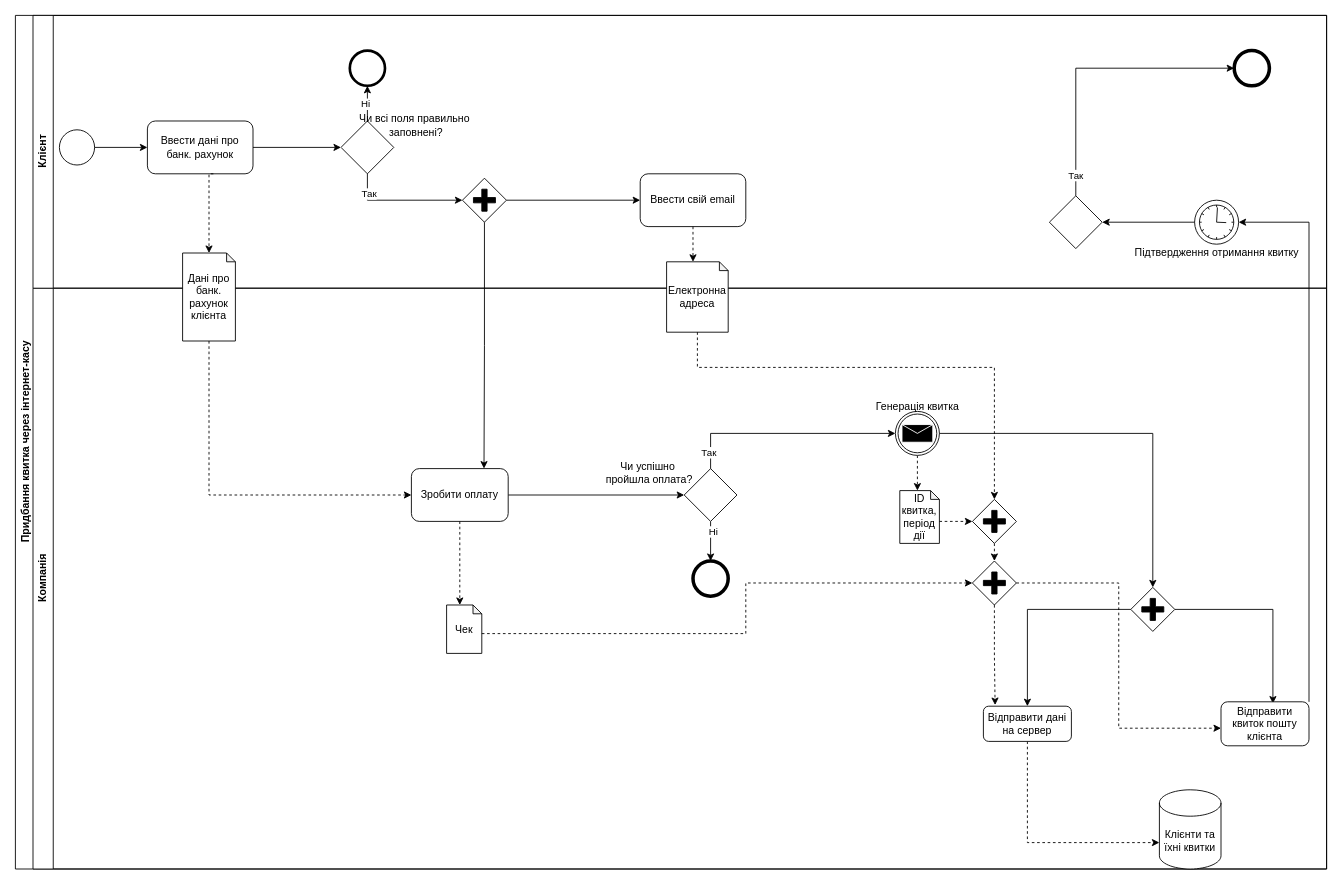
Above: bnpm.drawio in n3wb1e05/qa-qc-labs (draw.io), before the change. Source tidied: cells renumbered, new cells numbered last; positions are measured from the earlier drawing's top-left corner, leaving out a move shared by most shapes. Both pictures are drawn from the tidied source at 88%, with x=0, y=0 at pixel (15, 15).
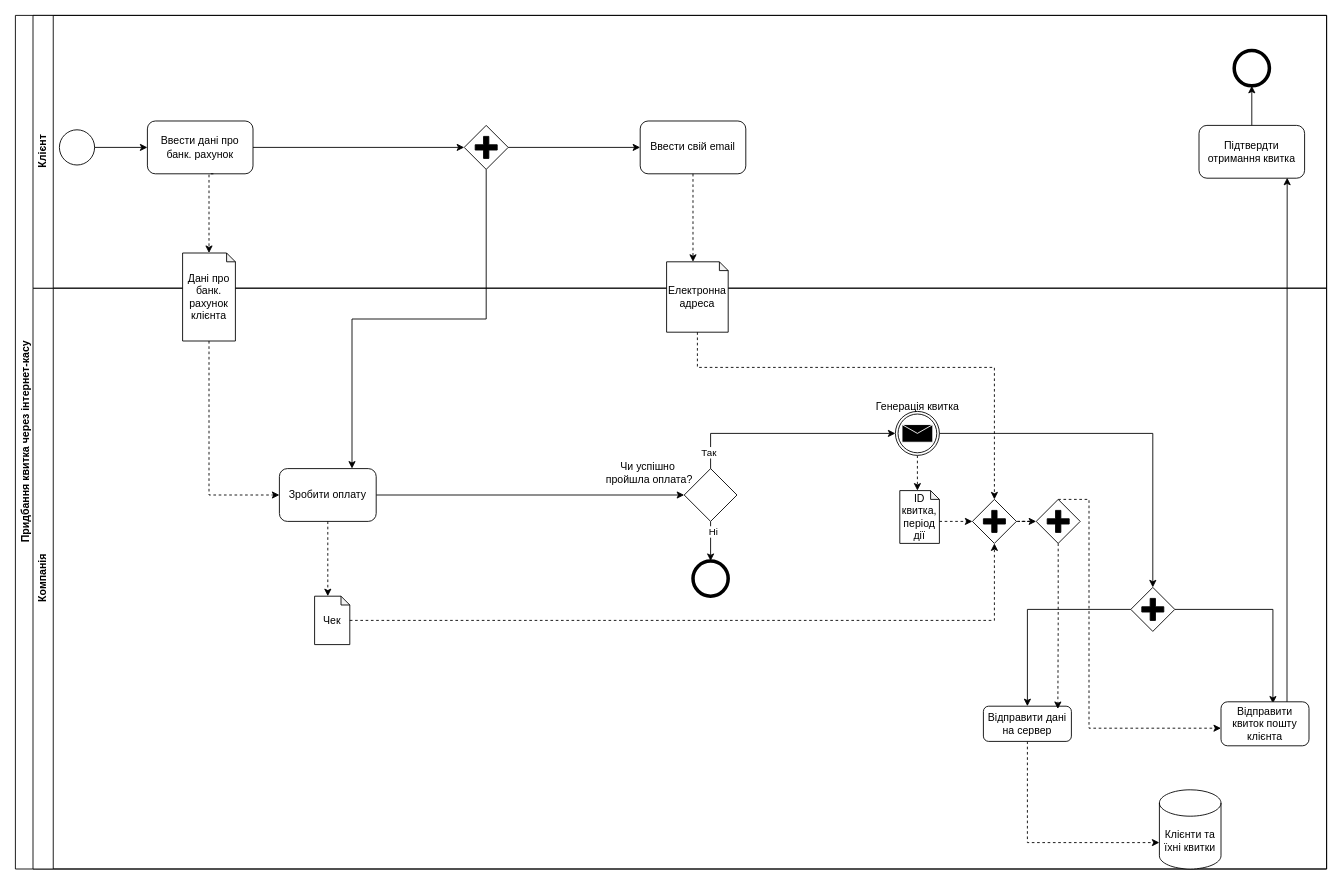
The same page after the edit.

Unchanged cells that the change refers to:
```xml
<mxCell id="2" value="Придбання квитка через інтернет-касу" style="swimlane;horizontal=0;whiteSpace=wrap;html=1;" parent="1" vertex="1">
  <mxGeometry width="1490" height="970" as="geometry" />
</mxCell>
<mxCell id="3" value="Компанія" style="swimlane;horizontal=0;whiteSpace=wrap;html=1;" parent="2" vertex="1">
  <mxGeometry x="20" y="310" width="1470" height="660" as="geometry" />
</mxCell>
<mxCell id="25" value="Відправити дані на сервер" style="rounded=1;whiteSpace=wrap;html=1;" parent="3" vertex="1">
  <mxGeometry x="1080" y="475" width="100" height="40" as="geometry" />
</mxCell>
<mxCell id="26" value="Відправити квиток пошту клієнта" style="rounded=1;whiteSpace=wrap;html=1;" parent="3" vertex="1">
  <mxGeometry x="1350" y="470" width="100" height="50" as="geometry" />
</mxCell>
<mxCell id="30" style="points=[[0.25,0.25,0],[0.5,0,0],[0.75,0.25,0],[1,0.5,0],[0.75,0.75,0],[0.5,1,0],[0.25,0.75,0],[0,0.5,0]];shape=mxgraph.bpmn.gateway2;html=1;verticalLabelPosition=bottom;labelBackgroundColor=#ffffff;verticalAlign=top;align=center;perimeter=rhombusPerimeter;outlineConnect=0;outline=none;symbol=none;gwType=parallel;" parent="3" vertex="1">
  <mxGeometry x="1067.5" y="240" width="50" height="50" as="geometry" />
</mxCell>
<mxCell id="37" value="Клієнт" style="swimlane;horizontal=0;whiteSpace=wrap;html=1;startSize=23;" parent="2" vertex="1">
  <mxGeometry x="20" width="1470" height="310" as="geometry" />
</mxCell>
<mxCell id="39" value="Ввести дані про банк. рахунок" style="rounded=1;whiteSpace=wrap;html=1;" parent="37" vertex="1">
  <mxGeometry x="130" y="120" width="120" height="60" as="geometry" />
</mxCell>
<mxCell id="47" style="ellipse;whiteSpace=wrap;html=1;strokeWidth=4;" parent="37" vertex="1">
  <mxGeometry x="1365" y="40" width="40" height="40" as="geometry" />
</mxCell>
```

The edit, as a diff of the source:
```diff
@@
     <mxCell id="6" value="Зробити оплату" style="rounded=1;whiteSpace=wrap;html=1;" parent="3" vertex="1">
-      <mxGeometry x="430" y="205" width="110" height="60" as="geometry" />
+      <mxGeometry x="280" y="205" width="110" height="60" as="geometry" />
     </mxCell>
@@
-    <mxCell id="27" style="points=[[0.25,0.25,0],[0.5,0,0],[0.75,0.25,0],[1,0.5,0],[0.75,0.75,0],[0.5,1,0],[0.25,0.75,0],[0,0.5,0]];shape=mxgraph.bpmn.gateway2;html=1;verticalLabelPosition=bottom;labelBackgroundColor=#ffffff;verticalAlign=top;align=center;perimeter=rhombusPerimeter;outlineConnect=0;outline=none;symbol=none;gwType=parallel;" parent="3" vertex="1">
-      <mxGeometry x="1067.5" y="310" width="50" height="50" as="geometry" />
-    </mxCell>
-    <mxCell id="28" style="edgeStyle=orthogonalEdgeStyle;rounded=0;jettySize=auto;html=1;entryX=0;entryY=0.6;entryDx=0;entryDy=0;entryPerimeter=0;dashed=1;" parent="3" edge="1" source="27" target="26">
-      <mxGeometry relative="1" as="geometry" />
+    <mxCell id="28" style="edgeStyle=orthogonalEdgeStyle;rounded=0;jettySize=auto;html=1;entryX=0;entryY=0.6;entryDx=0;entryDy=0;entryPerimeter=0;dashed=1;exitX=0.5;exitY=0;exitDx=0;exitDy=0;exitPerimeter=0;" parent="3" edge="1" source="68" target="26">
+      <mxGeometry relative="1" as="geometry">
+        <Array as="points">
+          <mxPoint x="1200" y="240" />
+          <mxPoint x="1200" y="500" />
+        </Array>
+      </mxGeometry>
     </mxCell>
@@
+    <mxCell id="66" style="edgeStyle=orthogonalEdgeStyle;rounded=0;jettySize=auto;html=1;exitX=1;exitY=0.5;exitDx=0;exitDy=0;exitPerimeter=0;dashed=1;" parent="3" edge="1" source="30" target="68">
+      <mxGeometry relative="1" as="geometry" />
+    </mxCell>
@@
-    <mxCell id="32" style="edgeStyle=orthogonalEdgeStyle;rounded=0;jettySize=auto;html=1;exitX=0.5;exitY=1;exitDx=0;exitDy=0;exitPerimeter=0;entryX=0.5;entryY=0;entryDx=0;entryDy=0;entryPerimeter=0;dashed=1;" parent="3" edge="1" source="30" target="27">
-      <mxGeometry relative="1" as="geometry" />
-    </mxCell>
     <mxCell id="33" value="Чек" style="shape=note;whiteSpace=wrap;html=1;backgroundOutline=1;darkOpacity=0.05;size=10;" parent="3" vertex="1">
-      <mxGeometry x="470" y="360" width="40" height="55" as="geometry" />
+      <mxGeometry x="320" y="350" width="40" height="55" as="geometry" />
     </mxCell>
@@
-    <mxCell id="35" style="edgeStyle=orthogonalEdgeStyle;rounded=0;jettySize=auto;html=1;exitX=0;exitY=0;exitDx=40;exitDy=32.5;exitPerimeter=0;entryX=0;entryY=0.5;entryDx=0;entryDy=0;entryPerimeter=0;dashed=1;" parent="3" edge="1" source="33" target="27">
-      <mxGeometry relative="1" as="geometry">
-        <Array as="points">
-          <mxPoint x="810" y="393" />
-          <mxPoint x="810" y="335" />
-        </Array>
-      </mxGeometry>
-    </mxCell>
-    <mxCell id="36" style="edgeStyle=orthogonalEdgeStyle;rounded=0;jettySize=auto;html=1;exitX=0.5;exitY=1;exitDx=0;exitDy=0;exitPerimeter=0;entryX=0.133;entryY=-0.033;entryDx=0;entryDy=0;entryPerimeter=0;dashed=1;" parent="3" edge="1" source="27" target="25">
-      <mxGeometry relative="1" as="geometry" />
-    </mxCell>
+    <mxCell id="67" style="edgeStyle=orthogonalEdgeStyle;rounded=0;jettySize=auto;html=1;entryX=0.5;entryY=1;entryDx=0;entryDy=0;entryPerimeter=0;dashed=1;" parent="3" edge="1" source="33" target="30">
+      <mxGeometry relative="1" as="geometry" />
+    </mxCell>
+    <mxCell id="68" style="points=[[0.25,0.25,0],[0.5,0,0],[0.75,0.25,0],[1,0.5,0],[0.75,0.75,0],[0.5,1,0],[0.25,0.75,0],[0,0.5,0]];shape=mxgraph.bpmn.gateway2;html=1;verticalLabelPosition=bottom;labelBackgroundColor=#ffffff;verticalAlign=top;align=center;perimeter=rhombusPerimeter;outlineConnect=0;outline=none;symbol=none;gwType=parallel;" parent="3" vertex="1">
+      <mxGeometry x="1140" y="240" width="50" height="50" as="geometry" />
+    </mxCell>
+    <mxCell id="69" style="edgeStyle=orthogonalEdgeStyle;rounded=0;jettySize=auto;html=1;exitX=0.5;exitY=1;exitDx=0;exitDy=0;exitPerimeter=0;entryX=0.846;entryY=0.08;entryDx=0;entryDy=0;entryPerimeter=0;dashed=1;" parent="3" edge="1" source="68" target="25">
+      <mxGeometry relative="1" as="geometry" />
+    </mxCell>
@@
-    <mxCell id="41" style="endArrow=classic;html=1;rounded=0;exitX=1;exitY=0.5;exitDx=0;exitDy=0;entryX=0;entryY=0.5;entryDx=0;entryDy=0;" parent="37" edge="1" source="39" target="44">
-      <mxGeometry relative="1" as="geometry" />
-    </mxCell>
-    <mxCell id="42" style="edgeStyle=orthogonalEdgeStyle;rounded=0;jettySize=auto;html=1;exitX=0.5;exitY=0;exitDx=0;exitDy=0;entryX=0.5;entryY=1;entryDx=0;entryDy=0;" parent="37" edge="1" source="44" target="46">
-      <mxGeometry relative="1" as="geometry" />
-    </mxCell>
-    <mxCell id="43" value="Ні" style="edgeLabel;html=1;align=center;verticalAlign=middle;" parent="42" vertex="1">
-      <mxGeometry y="3" relative="1" as="geometry" />
-    </mxCell>
-    <mxCell id="44" style="rhombus;whiteSpace=wrap;html=1;" parent="37" vertex="1">
-      <mxGeometry x="350" y="120" width="60" height="60" as="geometry" />
-    </mxCell>
-    <mxCell id="45" value="Чи всі поля правильно&amp;nbsp;&lt;div&gt;заповнені?&lt;/div&gt;" style="text;html=1;align=center;verticalAlign=middle;strokeColor=none;fillColor=none;" parent="37" vertex="1">
-      <mxGeometry x="360" y="105" width="150" height="40" as="geometry" />
-    </mxCell>
-    <mxCell id="46" style="ellipse;whiteSpace=wrap;html=1;strokeWidth=3;" parent="37" vertex="1">
-      <mxGeometry x="360" y="40" width="40" height="40" as="geometry" />
-    </mxCell>
@@
     <mxCell id="49" style="points=[[0.25,0.25,0],[0.5,0,0],[0.75,0.25,0],[1,0.5,0],[0.75,0.75,0],[0.5,1,0],[0.25,0.75,0],[0,0.5,0]];shape=mxgraph.bpmn.gateway2;html=1;verticalLabelPosition=bottom;labelBackgroundColor=#ffffff;verticalAlign=top;align=center;perimeter=rhombusPerimeter;outlineConnect=0;outline=none;symbol=none;gwType=parallel;" parent="37" vertex="1">
-      <mxGeometry x="488" y="185" width="50" height="50" as="geometry" />
+      <mxGeometry x="490" y="125" width="50" height="50" as="geometry" />
     </mxCell>
-    <mxCell id="50" style="edgeStyle=orthogonalEdgeStyle;rounded=0;jettySize=auto;html=1;exitX=0.5;exitY=1;exitDx=0;exitDy=0;entryX=0;entryY=0.5;entryDx=0;entryDy=0;entryPerimeter=0;" parent="37" edge="1" source="44" target="49">
-      <mxGeometry relative="1" as="geometry">
-        <Array as="points">
-          <mxPoint x="380" y="210" />
-        </Array>
-      </mxGeometry>
-    </mxCell>
-    <mxCell id="51" value="Так" style="edgeLabel;html=1;align=center;verticalAlign=middle;" parent="50" vertex="1">
-      <mxGeometry x="-0.68" y="1" relative="1" as="geometry" />
-    </mxCell>
     <mxCell id="52" value="Ввести свій email" style="rounded=1;whiteSpace=wrap;html=1;" parent="37" vertex="1">
-      <mxGeometry x="690" y="180" width="120" height="60" as="geometry" />
+      <mxGeometry x="690" y="120" width="120" height="60" as="geometry" />
     </mxCell>
-    <mxCell id="53" style="points=[[0.145,0.145,0],[0.5,0,0],[0.855,0.145,0],[1,0.5,0],[0.855,0.855,0],[0.5,1,0],[0.145,0.855,0],[0,0.5,0]];shape=mxgraph.bpmn.event;html=1;verticalLabelPosition=bottom;labelBackgroundColor=#ffffff;verticalAlign=top;align=center;perimeter=ellipsePerimeter;outlineConnect=0;outline=standard;symbol=timer;" parent="37" vertex="1">
-      <mxGeometry x="1320" y="210" width="50" height="50" as="geometry" />
-    </mxCell>
-    <mxCell id="54" value="Підтвердження отримання&amp;nbsp;&lt;span style=&quot;background-color: initial;&quot;&gt;квитку&lt;/span&gt;" style="text;html=1;align=center;verticalAlign=middle;strokeColor=none;fillColor=none;" parent="37" vertex="1">
-      <mxGeometry x="1240" y="255" width="210" height="30" as="geometry" />
-    </mxCell>
-    <mxCell id="55" style="rhombus;whiteSpace=wrap;html=1;" parent="37" vertex="1">
-      <mxGeometry x="1155" y="205" width="60" height="60" as="geometry" />
-    </mxCell>
-    <mxCell id="56" style="endArrow=classic;html=1;rounded=0;exitX=0.5;exitY=0;exitDx=0;exitDy=0;entryX=0;entryY=0.5;entryDx=0;entryDy=0;" parent="37" edge="1" source="55" target="47">
-      <mxGeometry relative="1" as="geometry">
-        <Array as="points">
-          <mxPoint x="1185" y="60" />
-        </Array>
-      </mxGeometry>
-    </mxCell>
-    <mxCell id="57" value="Так" style="edgeLabel;html=1;align=center;verticalAlign=middle;" parent="56" vertex="1">
-      <mxGeometry x="-0.85" y="1" relative="1" as="geometry" />
-    </mxCell>
-    <mxCell id="58" style="edgeStyle=orthogonalEdgeStyle;rounded=0;jettySize=auto;html=1;exitX=0;exitY=0.5;exitDx=0;exitDy=0;exitPerimeter=0;entryX=1;entryY=0.5;entryDx=0;entryDy=0;" parent="37" edge="1" source="53" target="55">
-      <mxGeometry relative="1" as="geometry" />
-    </mxCell>
+    <mxCell id="70" style="edgeStyle=orthogonalEdgeStyle;rounded=0;jettySize=auto;html=1;exitX=0.5;exitY=0;exitDx=0;exitDy=0;entryX=0.5;entryY=1;entryDx=0;entryDy=0;" parent="37" edge="1" source="71" target="47">
+      <mxGeometry relative="1" as="geometry" />
+    </mxCell>
+    <mxCell id="71" value="Підтвердти отримання квитка" style="rounded=1;whiteSpace=wrap;html=1;" parent="37" vertex="1">
+      <mxGeometry x="1325" y="125" width="120" height="60" as="geometry" />
+    </mxCell>
+    <mxCell id="72" style="edgeStyle=orthogonalEdgeStyle;rounded=0;jettySize=auto;html=1;exitX=1;exitY=0.5;exitDx=0;exitDy=0;entryX=0;entryY=0.5;entryDx=0;entryDy=0;entryPerimeter=0;" parent="37" edge="1" source="39" target="49">
+      <mxGeometry relative="1" as="geometry" />
+    </mxCell>
@@
-    <mxCell id="61" style="edgeStyle=orthogonalEdgeStyle;rounded=0;jettySize=auto;html=1;exitX=1;exitY=0;exitDx=0;exitDy=0;entryX=1;entryY=0.5;entryDx=0;entryDy=0;entryPerimeter=0;" parent="2" edge="1" source="26" target="53">
-      <mxGeometry relative="1" as="geometry" />
-    </mxCell>
+    <mxCell id="73" style="edgeStyle=orthogonalEdgeStyle;rounded=0;jettySize=auto;html=1;exitX=0.75;exitY=0;exitDx=0;exitDy=0;entryX=0.835;entryY=0.991;entryDx=0;entryDy=0;entryPerimeter=0;" parent="2" edge="1" source="26" target="71">
+      <mxGeometry relative="1" as="geometry" />
+    </mxCell>
```
